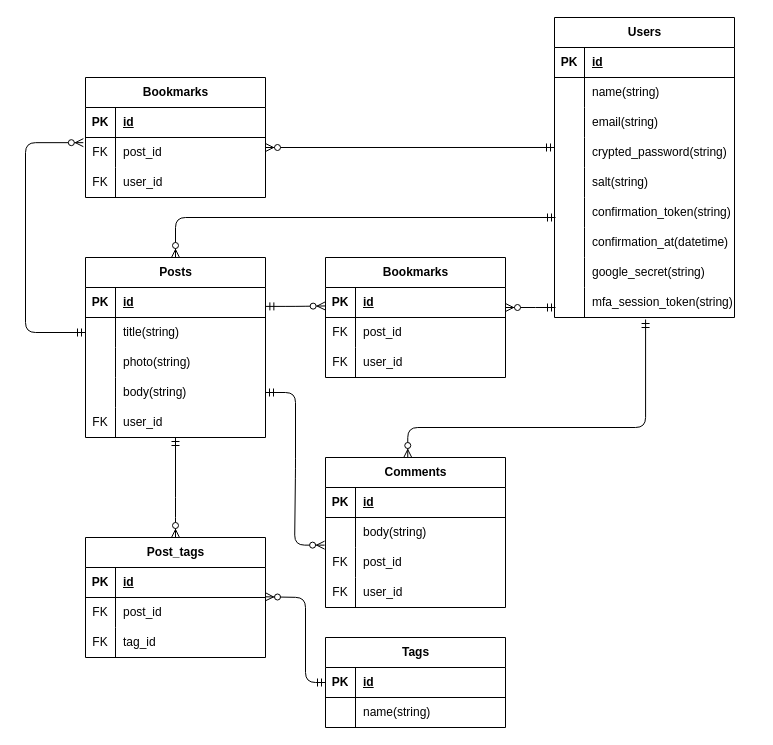
The draw.io diagram database_model_er.dio in KoBaMi0/Soba-lovers-unite, before the edit. Source tidied: cells renumbered, new cells numbered last; positions are measured from the earlier drawing's top-left corner, leaving out a move shared by most shapes. Both pictures are drawn from the tidied source at 100%, with x=0, y=0 at pixel (25, 17).
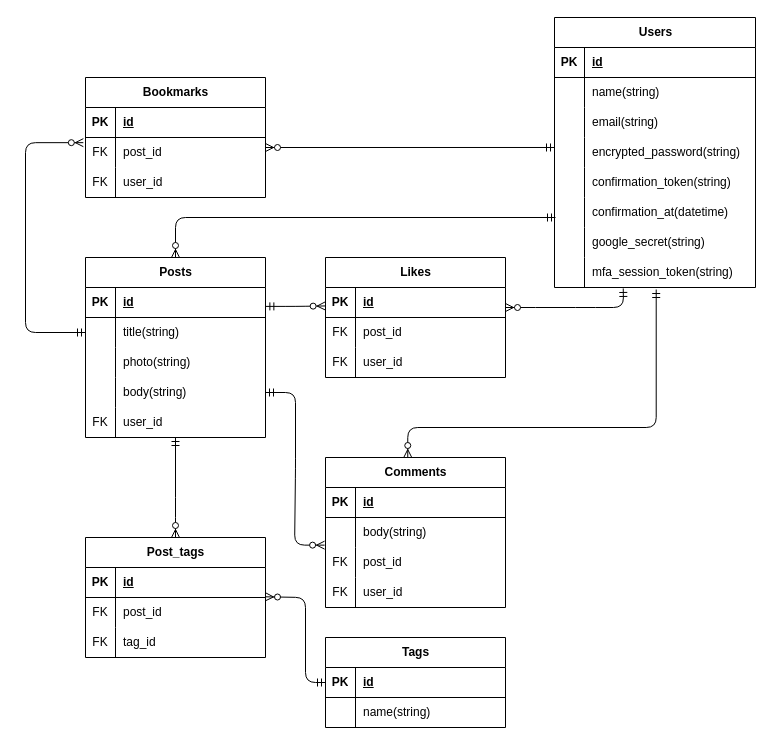
Above is the later version.

Diff of the diagram source:
```diff
@@
     <mxCell id="2" value="Users" style="shape=table;startSize=30;childLayout=tableLayout;rowLines=0;fontStyle=1;align=center;html=1;" parent="1" vertex="1">
-      <mxGeometry x="529" width="180" height="300" as="geometry" />
+      <mxGeometry x="529" width="201" height="270" as="geometry" />
     </mxCell>
     <mxCell id="3" style="shape=tableRow;horizontal=0;startSize=0;swimlaneHead=0;swimlaneBody=0;fillColor=none;top=0;left=0;right=0;bottom=1;" parent="2" vertex="1">
-      <mxGeometry y="30" width="180" height="30" as="geometry" />
+      <mxGeometry y="30" width="201" height="30" as="geometry" />
     </mxCell>
@@
     <mxCell id="5" value="id" style="shape=partialRectangle;fillColor=none;top=0;left=0;bottom=0;right=0;align=left;spacingLeft=6;fontStyle=5;overflow=hidden;whiteSpace=wrap;html=1;" parent="3" vertex="1">
-      <mxGeometry x="30" width="150" height="30" as="geometry" />
+      <mxGeometry x="30" width="171" height="30" as="geometry" />
     </mxCell>
     <mxCell id="6" style="shape=tableRow;horizontal=0;startSize=0;swimlaneHead=0;swimlaneBody=0;fillColor=none;top=0;left=0;right=0;bottom=0;" parent="2" vertex="1">
-      <mxGeometry y="60" width="180" height="30" as="geometry" />
+      <mxGeometry y="60" width="201" height="30" as="geometry" />
     </mxCell>
@@
     <mxCell id="8" value="name(string)" style="shape=partialRectangle;fillColor=none;top=0;left=0;bottom=0;right=0;align=left;spacingLeft=6;overflow=hidden;whiteSpace=wrap;html=1;" parent="6" vertex="1">
-      <mxGeometry x="30" width="150" height="30" as="geometry" />
+      <mxGeometry x="30" width="171" height="30" as="geometry" />
     </mxCell>
     <mxCell id="9" style="shape=tableRow;horizontal=0;startSize=0;swimlaneHead=0;swimlaneBody=0;fillColor=none;top=0;left=0;right=0;bottom=0;" parent="2" vertex="1">
-      <mxGeometry y="90" width="180" height="30" as="geometry" />
+      <mxGeometry y="90" width="201" height="30" as="geometry" />
     </mxCell>
@@
     <mxCell id="11" value="email&lt;span style=&quot;color: rgb(0, 0, 0);&quot;&gt;(string)&lt;/span&gt;" style="shape=partialRectangle;fillColor=none;top=0;left=0;bottom=0;right=0;align=left;spacingLeft=6;overflow=hidden;whiteSpace=wrap;html=1;" parent="9" vertex="1">
-      <mxGeometry x="30" width="150" height="30" as="geometry" />
+      <mxGeometry x="30" width="171" height="30" as="geometry" />
     </mxCell>
     <mxCell id="12" style="shape=tableRow;horizontal=0;startSize=0;swimlaneHead=0;swimlaneBody=0;fillColor=none;points=[[0,0.5],[1,0.5]];portConstraint=eastwest;top=0;left=0;right=0;bottom=0;" parent="2" vertex="1">
-      <mxGeometry y="120" width="180" height="30" as="geometry" />
+      <mxGeometry y="120" width="201" height="30" as="geometry" />
     </mxCell>
@@
-    <mxCell id="14" value="crypted_password&lt;span style=&quot;color: rgb(0, 0, 0);&quot;&gt;(string)&lt;/span&gt;" style="shape=partialRectangle;fillColor=none;top=0;left=0;bottom=0;right=0;align=left;spacingLeft=6;overflow=hidden;whiteSpace=wrap;html=1;" parent="12" vertex="1">
-      <mxGeometry x="30" width="150" height="30" as="geometry" />
+    <mxCell id="14" value="encrypted_password&lt;span style=&quot;color: rgb(0, 0, 0);&quot;&gt;(string)&lt;/span&gt;" style="shape=partialRectangle;fillColor=none;top=0;left=0;bottom=0;right=0;align=left;spacingLeft=6;overflow=hidden;whiteSpace=wrap;html=1;" parent="12" vertex="1">
+      <mxGeometry x="30" width="171" height="30" as="geometry" />
     </mxCell>
-    <mxCell id="15" style="shape=tableRow;horizontal=0;startSize=0;swimlaneHead=0;swimlaneBody=0;fillColor=none;top=0;left=0;right=0;bottom=0;" parent="2" vertex="1">
-      <mxGeometry y="150" width="180" height="30" as="geometry" />
-    </mxCell>
-    <mxCell id="16" style="shape=partialRectangle;fillColor=none;top=0;left=0;bottom=0;right=0;overflow=hidden;whiteSpace=wrap;html=1;" parent="15" vertex="1">
-      <mxGeometry width="30" height="30" as="geometry" />
-    </mxCell>
-    <mxCell id="17" value="salt&lt;span style=&quot;color: rgb(0, 0, 0);&quot;&gt;(string)&lt;/span&gt;" style="shape=partialRectangle;fillColor=none;top=0;left=0;bottom=0;right=0;align=left;spacingLeft=6;overflow=hidden;whiteSpace=wrap;html=1;" parent="15" vertex="1">
-      <mxGeometry x="30" width="150" height="30" as="geometry" />
-    </mxCell>
     <mxCell id="18" style="shape=tableRow;horizontal=0;startSize=0;swimlaneHead=0;swimlaneBody=0;fillColor=none;top=0;left=0;right=0;bottom=0;" parent="2" vertex="1">
-      <mxGeometry y="180" width="180" height="30" as="geometry" />
+      <mxGeometry y="150" width="201" height="30" as="geometry" />
     </mxCell>
@@
     <mxCell id="20" value="confirmation_token&lt;span style=&quot;color: rgb(0, 0, 0);&quot;&gt;(string)&lt;/span&gt;" style="shape=partialRectangle;fillColor=none;top=0;left=0;bottom=0;right=0;align=left;spacingLeft=6;overflow=hidden;whiteSpace=wrap;html=1;" parent="18" vertex="1">
-      <mxGeometry x="30" width="150" height="30" as="geometry" />
+      <mxGeometry x="30" width="171" height="30" as="geometry" />
     </mxCell>
     <mxCell id="21" style="shape=tableRow;horizontal=0;startSize=0;swimlaneHead=0;swimlaneBody=0;fillColor=none;top=0;left=0;right=0;bottom=0;" parent="2" vertex="1">
-      <mxGeometry y="210" width="180" height="30" as="geometry" />
+      <mxGeometry y="180" width="201" height="30" as="geometry" />
     </mxCell>
@@
     <mxCell id="23" value="confirmation_at&lt;span style=&quot;color: rgb(0, 0, 0);&quot;&gt;(datetime)&lt;/span&gt;" style="shape=partialRectangle;fillColor=none;top=0;left=0;bottom=0;right=0;align=left;spacingLeft=6;overflow=hidden;whiteSpace=wrap;html=1;" parent="21" vertex="1">
-      <mxGeometry x="30" width="150" height="30" as="geometry" />
+      <mxGeometry x="30" width="171" height="30" as="geometry" />
     </mxCell>
     <mxCell id="24" style="shape=tableRow;horizontal=0;startSize=0;swimlaneHead=0;swimlaneBody=0;fillColor=none;top=0;left=0;right=0;bottom=0;" parent="2" vertex="1">
-      <mxGeometry y="240" width="180" height="30" as="geometry" />
+      <mxGeometry y="210" width="201" height="30" as="geometry" />
     </mxCell>
@@
     <mxCell id="26" value="google_secret&lt;span style=&quot;color: rgb(0, 0, 0);&quot;&gt;(string)&lt;/span&gt;" style="shape=partialRectangle;fillColor=none;top=0;left=0;bottom=0;right=0;align=left;spacingLeft=6;overflow=hidden;whiteSpace=wrap;html=1;" parent="24" vertex="1">
-      <mxGeometry x="30" width="150" height="30" as="geometry" />
+      <mxGeometry x="30" width="171" height="30" as="geometry" />
     </mxCell>
     <mxCell id="27" style="shape=tableRow;horizontal=0;startSize=0;swimlaneHead=0;swimlaneBody=0;fillColor=none;points=[[0,0.5],[1,0.5]];portConstraint=eastwest;top=0;left=0;right=0;bottom=0;" parent="2" vertex="1">
-      <mxGeometry y="270" width="180" height="30" as="geometry" />
+      <mxGeometry y="240" width="201" height="30" as="geometry" />
     </mxCell>
@@
     <mxCell id="29" value="mfa_session_token&lt;span style=&quot;color: rgb(0, 0, 0);&quot;&gt;(string)&lt;/span&gt;" style="shape=partialRectangle;fillColor=none;top=0;left=0;bottom=0;right=0;align=left;spacingLeft=6;overflow=hidden;whiteSpace=wrap;html=1;" parent="27" vertex="1">
-      <mxGeometry x="30" width="150" height="30" as="geometry" />
+      <mxGeometry x="30" width="171" height="30" as="geometry" />
     </mxCell>
@@
-    <mxCell id="93" value="Bookmarks" style="shape=table;startSize=30;childLayout=tableLayout;rowLines=0;fontStyle=1;align=center;html=1;" parent="1" vertex="1">
+    <mxCell id="93" value="Likes" style="shape=table;startSize=30;childLayout=tableLayout;rowLines=0;fontStyle=1;align=center;html=1;" parent="1" vertex="1">
       <mxGeometry x="300" y="240" width="180" height="120" as="geometry" />
     </mxCell>
@@
-    <mxCell id="103" style="fontSize=12;html=1;endArrow=ERzeroToMany;startArrow=ERmandOne;elbow=vertical;" parent="1" edge="1">
+    <mxCell id="103" style="fontSize=12;html=1;endArrow=ERzeroToMany;startArrow=ERmandOne;elbow=vertical;exitX=0.342;exitY=1.032;exitDx=0;exitDy=0;exitPerimeter=0;" parent="1" edge="1" source="27">
       <mxGeometry relative="1" as="geometry">
-        <mxPoint x="530" y="290" as="sourcePoint" />
         <mxPoint x="480" y="290" as="targetPoint" />
         <Array as="points">
+          <mxPoint x="598" y="290" />
+          <mxPoint x="560" y="290" />
           <mxPoint x="500" y="290" />
         </Array>
       </mxGeometry>
     </mxCell>
```
